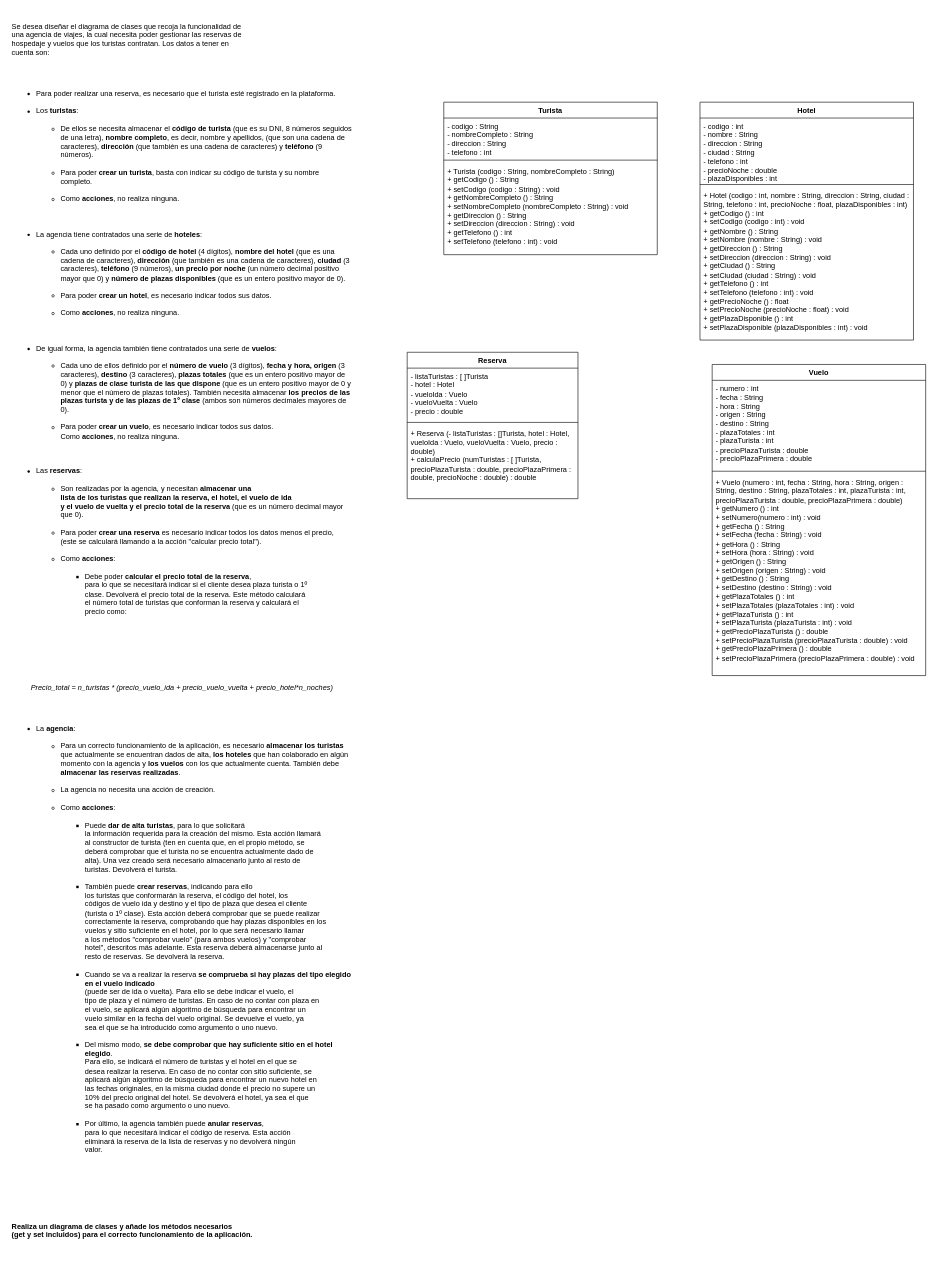
Before: page "Página-2" (2 of 2) of Entornos/Diagramas de clase.drawio in fersanzenrique-cell/learningCode, a draw.io diagram. Source tidied: cells renumbered, new cells numbered last; positions are measured from the earlier drawing's top-left corner, leaving out a move shared by most shapes. Both pictures are drawn from the tidied source at 61%, with x=0, y=0 at pixel (10, 10).
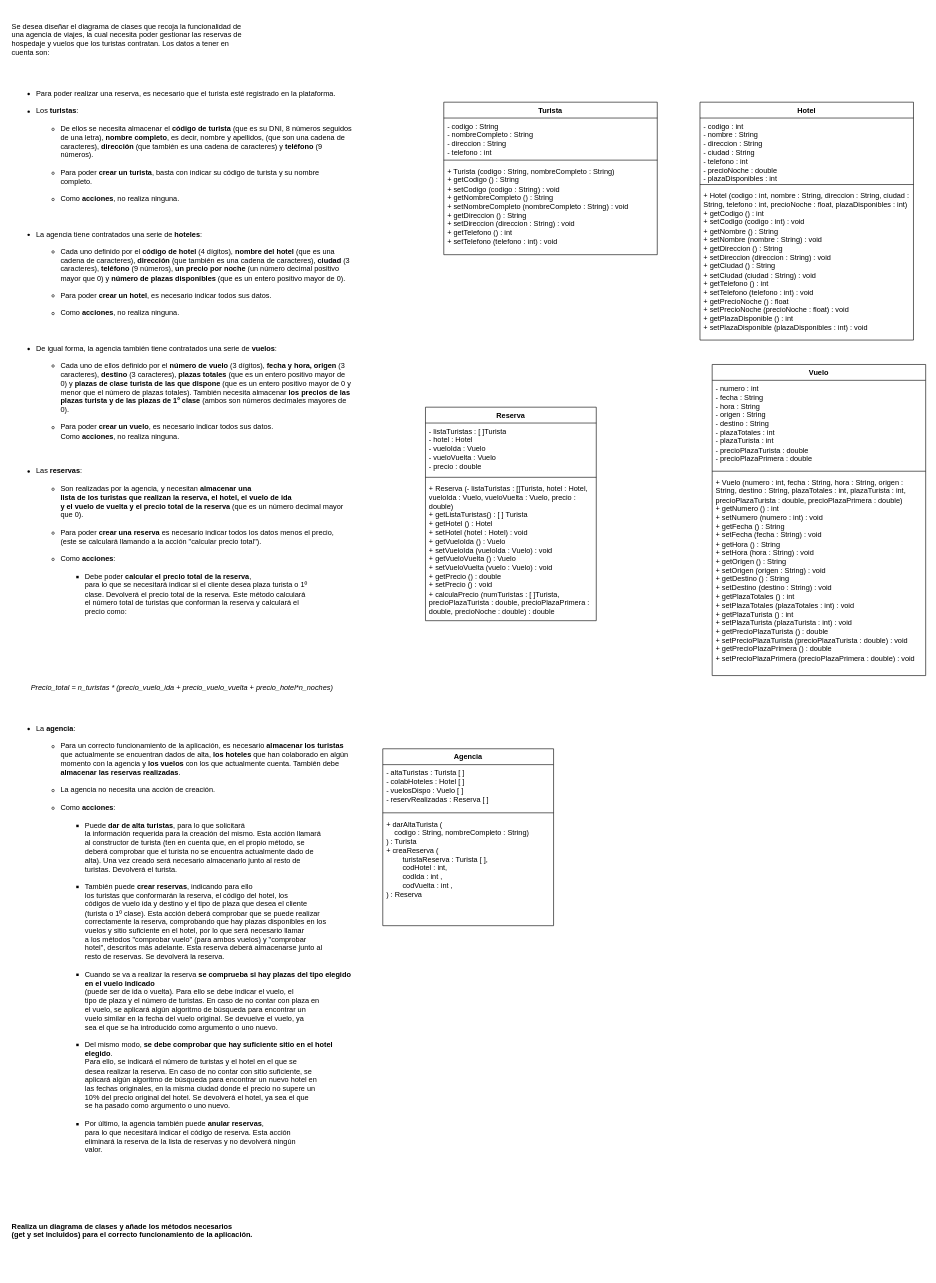
After the change.

The change refers to these unchanged cells:
```xml
<mxCell id="11" value="Vuelo" style="swimlane;fontStyle=1;align=center;verticalAlign=top;horizontal=1;startSize=26;whiteSpace=wrap;html=1;" parent="1" vertex="1">
  <mxGeometry x="1150" y="580" width="350" height="510" as="geometry" />
</mxCell>
```

Diff of the diagram source:
```diff
@@
-    <mxCell id="14" value="+ Vuelo (numero : int, fecha : String, hora : String, origen : String, destino : String, plazaTotales : int, plazaTurista : int, precioPlazaTurista : double, precioPlazaPrimera : double)&lt;br&gt;+ getNumero () : int&lt;br&gt;+ setNumero(numero : int) : void&lt;br&gt;+ getFecha () : String&lt;br&gt;+ setFecha (fecha : String) : void&lt;br&gt;+ getHora () : String&lt;br&gt;+ setHora (hora : String) : void&lt;br&gt;+ getOrigen () : String&lt;br&gt;+ setOrigen (origen : String) : void&lt;br&gt;+ getDestino () : String&lt;br&gt;+ setDestino (destino : String) : void&lt;br&gt;+ getPlazaTotales () : int&lt;br&gt;+ setPlazaTotales (plazaTotales : int) : void&lt;br&gt;+ getPlazaTurista () : int&lt;br&gt;+ setPlazaTurista (plazaTurista : int) : void&lt;br&gt;+ getPrecioPlazaTurista () : double&lt;br&gt;+ setPrecioPlazaTurista (precioPlazaTurista : double) : void&lt;br&gt;+ getPrecioPlazaPrimera () : double&lt;br style=&quot;border-color: var(--border-color);&quot;&gt;+ setPrecioPlazaPrimera (precioPlazaPrimera : double) : void" style="text;strokeColor=none;fillColor=none;align=left;verticalAlign=top;spacingLeft=4;spacingRight=4;overflow=hidden;whiteSpace=wrap;html=1;" parent="11" vertex="1">
+    <mxCell id="14" value="+ Vuelo (numero : int, fecha : String, hora : String, origen : String, destino : String, plazaTotales : int, plazaTurista : int, precioPlazaTurista : double, precioPlazaPrimera : double)&lt;br&gt;+ getNumero () : int&lt;br&gt;+ setNumero (numero : int) : void&lt;br&gt;+ getFecha () : String&lt;br&gt;+ setFecha (fecha : String) : void&lt;br&gt;+ getHora () : String&lt;br&gt;+ setHora (hora : String) : void&lt;br&gt;+ getOrigen () : String&lt;br&gt;+ setOrigen (origen : String) : void&lt;br&gt;+ getDestino () : String&lt;br&gt;+ setDestino (destino : String) : void&lt;br&gt;+ getPlazaTotales () : int&lt;br&gt;+ setPlazaTotales (plazaTotales : int) : void&lt;br&gt;+ getPlazaTurista () : int&lt;br&gt;+ setPlazaTurista (plazaTurista : int) : void&lt;br&gt;+ getPrecioPlazaTurista () : double&lt;br&gt;+ setPrecioPlazaTurista (precioPlazaTurista : double) : void&lt;br&gt;+ getPrecioPlazaPrimera () : double&lt;br style=&quot;border-color: var(--border-color);&quot;&gt;+ setPrecioPlazaPrimera (precioPlazaPrimera : double) : void" style="text;strokeColor=none;fillColor=none;align=left;verticalAlign=top;spacingLeft=4;spacingRight=4;overflow=hidden;whiteSpace=wrap;html=1;" parent="11" vertex="1">
       <mxGeometry y="180" width="350" height="330" as="geometry" />
     </mxCell>
     <mxCell id="15" value="Reserva" style="swimlane;fontStyle=1;align=center;verticalAlign=top;horizontal=1;startSize=26;whiteSpace=wrap;html=1;" parent="1" vertex="1">
-      <mxGeometry x="650" y="560" width="280" height="240" as="geometry" />
+      <mxGeometry x="680" y="650" width="280" height="350" as="geometry" />
     </mxCell>
@@
-    <mxCell id="18" value="+ Reserva (- listaTuristas : []Turista, hotel : Hotel, vueloIda : Vuelo, vueloVuelta : Vuelo, precio : double)&lt;br&gt;+ calculaPrecio (numTuristas : [ ]Turista, precioPlazaTurista : double, precioPlazaPrimera : double, precioNoche : double) : double" style="text;strokeColor=none;fillColor=none;align=left;verticalAlign=top;spacingLeft=4;spacingRight=4;overflow=hidden;whiteSpace=wrap;html=1;" parent="15" vertex="1">
-      <mxGeometry y="120" width="280" height="120" as="geometry" />
+    <mxCell id="18" value="+ Reserva (- listaTuristas : []Turista, hotel : Hotel, vueloIda : Vuelo, vueloVuelta : Vuelo, precio : double)&lt;br&gt;+ getListaTuristas() : [ ] Turista&lt;br&gt;+ getHotel () : Hotel&lt;br&gt;+ setHotel (hotel : Hotel) : void&lt;br&gt;+ getVueloIda () : Vuelo&lt;br&gt;+ setVueloIda (vueloIda : Vuelo) : void&lt;br&gt;+ getVueloVuelta () : Vuelo&lt;br&gt;+ setVueloVuelta (vuelo : Vuelo) : void&lt;br&gt;+ getPrecio () : double&lt;br&gt;+ setPrecio () : void&lt;br&gt;+ calculaPrecio (numTuristas : [ ]Turista, precioPlazaTurista : double, precioPlazaPrimera : double, precioNoche : double) : double" style="text;strokeColor=none;fillColor=none;align=left;verticalAlign=top;spacingLeft=4;spacingRight=4;overflow=hidden;whiteSpace=wrap;html=1;" parent="15" vertex="1">
+      <mxGeometry y="120" width="280" height="230" as="geometry" />
     </mxCell>
+    <mxCell id="19" value="Agencia" style="swimlane;fontStyle=1;align=center;verticalAlign=top;horizontal=1;startSize=26;whiteSpace=wrap;html=1;" parent="1" vertex="1">
+      <mxGeometry x="610" y="1210" width="280" height="290" as="geometry" />
+    </mxCell>
+    <mxCell id="20" value="- altaTuristas : Turista [ ]&lt;br&gt;- colabHoteles : Hotel [ ]&lt;br&gt;- vuelosDispo : Vuelo [ ]&lt;br&gt;- reservRealizadas : Reserva [ ]&amp;nbsp;" style="text;strokeColor=none;fillColor=none;align=left;verticalAlign=top;spacingLeft=4;spacingRight=4;overflow=hidden;whiteSpace=wrap;html=1;" parent="19" vertex="1">
+      <mxGeometry y="26" width="280" height="74" as="geometry" />
+    </mxCell>
+    <mxCell id="21" style="line;strokeWidth=1;fillColor=none;align=left;verticalAlign=middle;spacingTop=-1;spacingLeft=3;spacingRight=3;labelPosition=right;strokeColor=inherit;" parent="19" vertex="1">
+      <mxGeometry y="100" width="280" height="10" as="geometry" />
+    </mxCell>
+    <mxCell id="22" value="+ darAltaTurista (&lt;br&gt;&lt;span style=&quot;&quot;&gt;&lt;span style=&quot;&quot;&gt;&amp;nbsp;&amp;nbsp;&amp;nbsp;&amp;nbsp;&lt;/span&gt;&lt;/span&gt;codigo : String, nombreCompleto : String)&lt;br&gt;) : Turista&lt;br&gt;+ creaReserva (&lt;br&gt;&lt;span style=&quot;white-space: pre;&quot;&gt;&#9;&lt;/span&gt;turistaReserva : Turista [ ],&lt;br&gt;&lt;span style=&quot;white-space: pre;&quot;&gt;&#9;&lt;/span&gt;codHotel : int,&lt;br&gt;&lt;span style=&quot;white-space: pre;&quot;&gt;&#9;&lt;/span&gt;codIda : int ,&lt;br&gt;&lt;span style=&quot;white-space: pre;&quot;&gt;&#9;&lt;/span&gt;codVuelta : int ,&lt;br&gt;) : Reserva" style="text;strokeColor=none;fillColor=none;align=left;verticalAlign=top;spacingLeft=4;spacingRight=4;overflow=hidden;whiteSpace=wrap;html=1;" parent="19" vertex="1">
+      <mxGeometry y="110" width="280" height="180" as="geometry" />
+    </mxCell>
```
